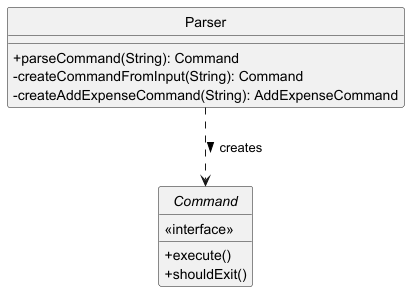
This is docs/diagrams/Parser_ClassDiagram.png from EdwinTun98/tp, a PlantUML export, as it was before one commit.
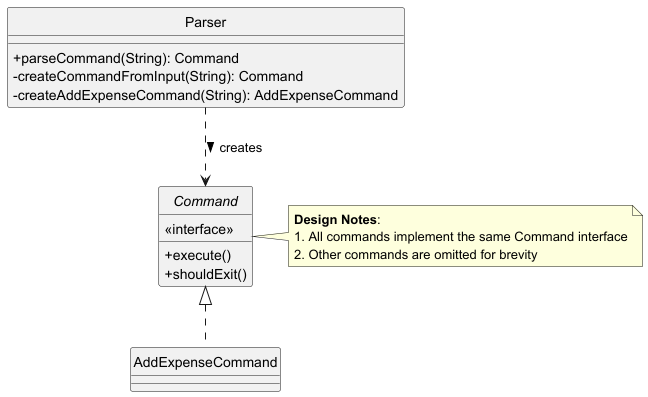
Later version of the same file.

What changed in the source:
```diff
@@ -14,5 +14,13 @@
   + shouldExit()
 }
 
+Command <|.. AddExpenseCommand
+
 Parser ..> Command : creates >
+
+note right of Command
+  **Design Notes**:
+  1. All commands implement the same Command interface
+  2. Other commands are omitted for brevity
+end note
 @enduml
```
